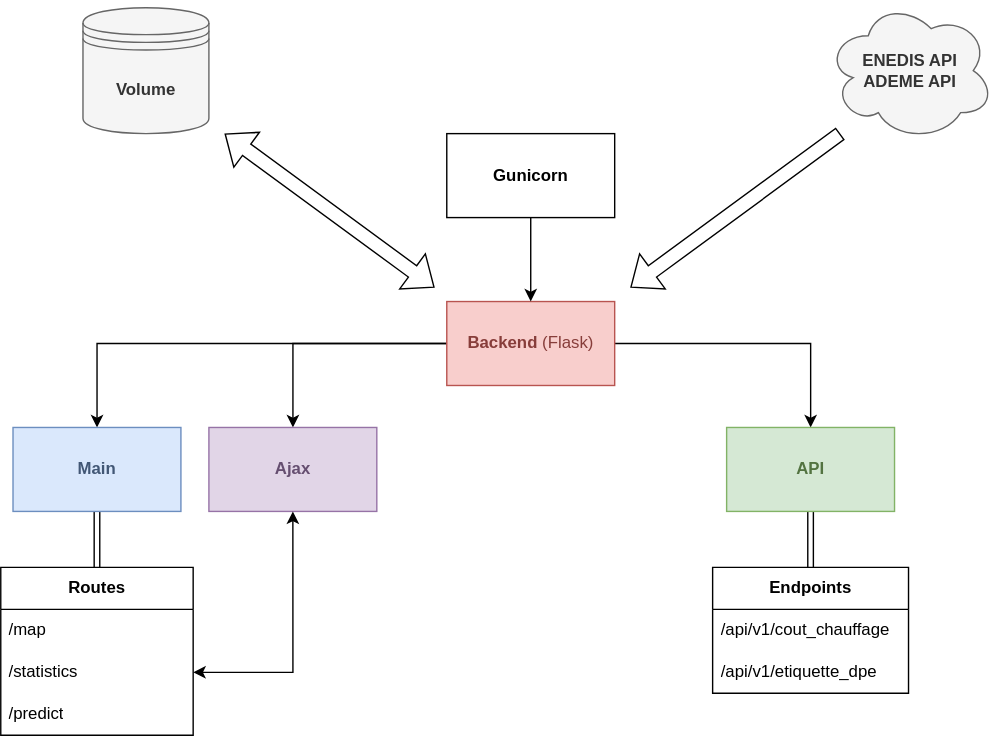
marinoo3/m2_enedis keeps this draw.io diagram as documentations/Schema Architercture.svg. Above is the earlier version. Source tidied: cells renumbered, new cells last; positions are measured from the earlier drawing's top-left corner, leaving out a move shared by most shapes.
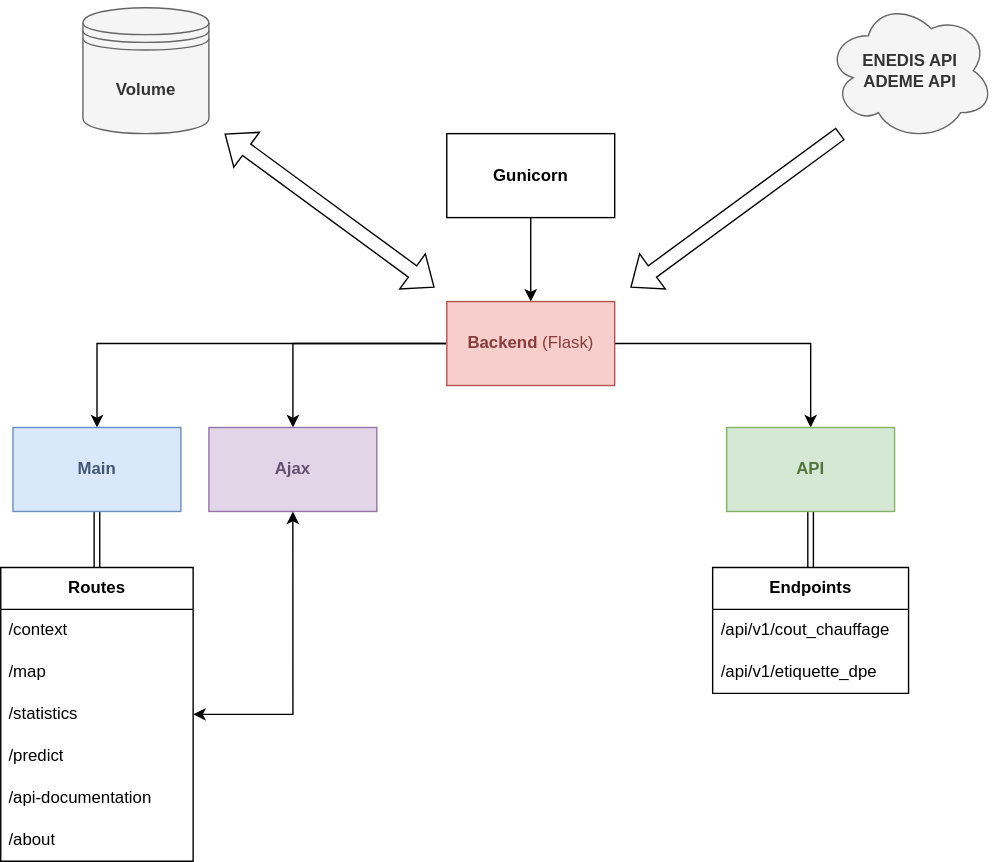
Later version of the same file.

Change to the diagram source:
```diff
@@ -39,17 +39,26 @@
       <mxGeometry x="318.8" y="95" width="120" height="60" as="geometry" />
     </mxCell>
     <mxCell id="14" value="&lt;b&gt;Routes&lt;/b&gt;" style="swimlane;fontStyle=0;horizontal=1;startSize=30;whiteSpace=wrap;html=1;" parent="1" vertex="1">
-      <mxGeometry y="405" width="137.5" height="120" as="geometry" />
+      <mxGeometry y="405" width="137.5" height="210" as="geometry" />
     </mxCell>
+    <mxCell id="25" value="/context" style="text;strokeColor=none;fillColor=none;align=left;verticalAlign=middle;spacingLeft=4;spacingRight=4;overflow=hidden;whiteSpace=wrap;html=1;" parent="14" vertex="1">
+      <mxGeometry y="30" width="137.5" height="30" as="geometry" />
+    </mxCell>
     <mxCell id="15" value="/map" style="text;strokeColor=none;fillColor=none;align=left;verticalAlign=middle;spacingLeft=4;spacingRight=4;overflow=hidden;whiteSpace=wrap;html=1;" parent="14" vertex="1">
-      <mxGeometry y="30" width="137.5" height="30" as="geometry" />
+      <mxGeometry y="60" width="137.5" height="30" as="geometry" />
     </mxCell>
     <mxCell id="16" value="/statistics" style="text;strokeColor=none;fillColor=none;align=left;verticalAlign=middle;spacingLeft=4;spacingRight=4;overflow=hidden;points=[[0,0.5],[1,0.5]];portConstraint=eastwest;whiteSpace=wrap;html=1;" parent="14" vertex="1">
-      <mxGeometry y="60" width="137.5" height="30" as="geometry" />
+      <mxGeometry y="90" width="137.5" height="30" as="geometry" />
     </mxCell>
     <mxCell id="17" value="/predict" style="text;strokeColor=none;fillColor=none;align=left;verticalAlign=middle;spacingLeft=4;spacingRight=4;overflow=hidden;whiteSpace=wrap;html=1;" parent="14" vertex="1">
-      <mxGeometry y="90" width="137.5" height="30" as="geometry" />
+      <mxGeometry y="120" width="137.5" height="30" as="geometry" />
     </mxCell>
+    <mxCell id="26" value="/api-documentation" style="text;strokeColor=none;fillColor=none;align=left;verticalAlign=middle;spacingLeft=4;spacingRight=4;overflow=hidden;whiteSpace=wrap;html=1;" parent="14" vertex="1">
+      <mxGeometry y="150" width="137.5" height="30" as="geometry" />
+    </mxCell>
+    <mxCell id="27" value="/about" style="text;strokeColor=none;fillColor=none;align=left;verticalAlign=middle;spacingLeft=4;spacingRight=4;overflow=hidden;whiteSpace=wrap;html=1;" parent="14" vertex="1">
+      <mxGeometry y="180" width="137.5" height="30" as="geometry" />
+    </mxCell>
     <mxCell id="18" value="&lt;b&gt;Endpoints&lt;/b&gt;" style="swimlane;fontStyle=0;horizontal=1;startSize=30;whiteSpace=wrap;html=1;" parent="1" vertex="1">
       <mxGeometry x="508.8" y="405" width="140" height="90" as="geometry" />
     </mxCell>
```
